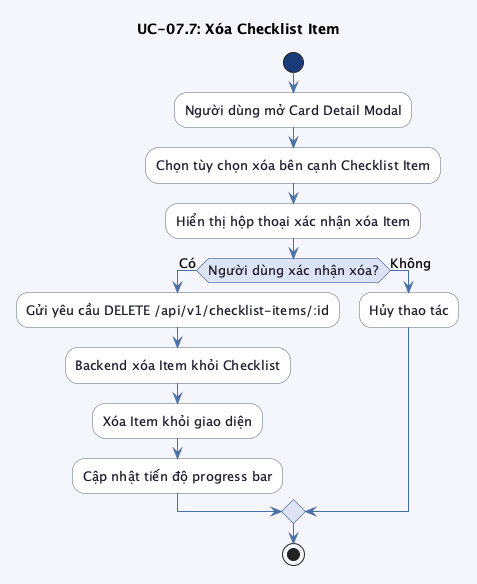
Before: src/images/chap3/activity_uc07_7.png, a diagram exported from PlantUML (trongnhan34vn/trello-report). Source of this version:
```plantuml
@startuml activity_uc07_7

skinparam linetype ortho
skinparam defaultFontSize 13
skinparam backgroundColor #f4f6fb
skinparam activity {
    BackgroundColor #ffffff
    BorderColor #5b6279
    FontColor #1e1e2e
    ArrowColor #4a6fa5
    DiamondBackgroundColor #dce3f5
    DiamondBorderColor #1a3a7a
    DiamondFontColor #1e1e2e
    StartColor #1a3a7a
    EndColor #1a3a7a
}

title UC-07.7: Xóa Checklist Item

start

:Người dùng mở Card Detail Modal;
:Chọn tùy chọn xóa bên cạnh Checklist Item;
:Hiển thị hộp thoại xác nhận xóa Item;

if (Người dùng xác nhận xóa?) then (Có)
    :Gửi yêu cầu DELETE /api/v1/checklist-items/:id;
    :Backend xóa Item khỏi Checklist;
    :Xóa Item khỏi giao diện;
    :Cập nhật tiến độ progress bar;
else (Không)
    :Hủy thao tác;
endif

stop

@enduml
```
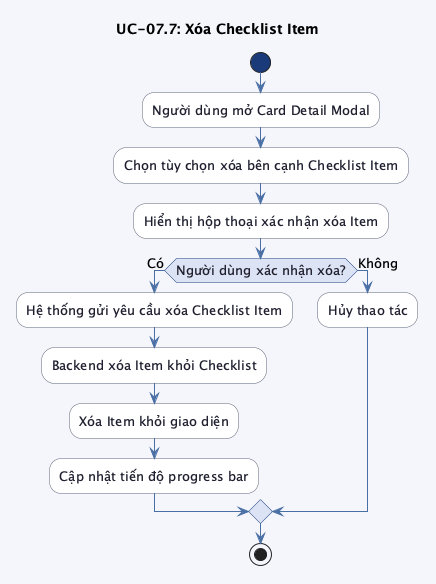
The same file after the commit.

Change to the diagram source:
```diff
@@ -24,7 +24,7 @@
 :Hiển thị hộp thoại xác nhận xóa Item;
 
 if (Người dùng xác nhận xóa?) then (Có)
-    :Gửi yêu cầu DELETE /api/v1/checklist-items/:id;
+    :Hệ thống gửi yêu cầu xóa Checklist Item;
     :Backend xóa Item khỏi Checklist;
     :Xóa Item khỏi giao diện;
     :Cập nhật tiến độ progress bar;
```
